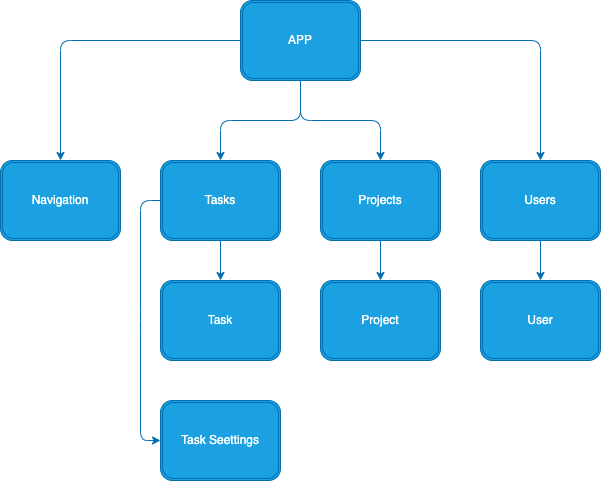
Earlier version of the draw.io export components.png (irakush/personal-time-tracker). Source tidied: cells renumbered, new cells last; positions are measured from the earlier drawing's top-left corner, leaving out a move shared by most shapes.
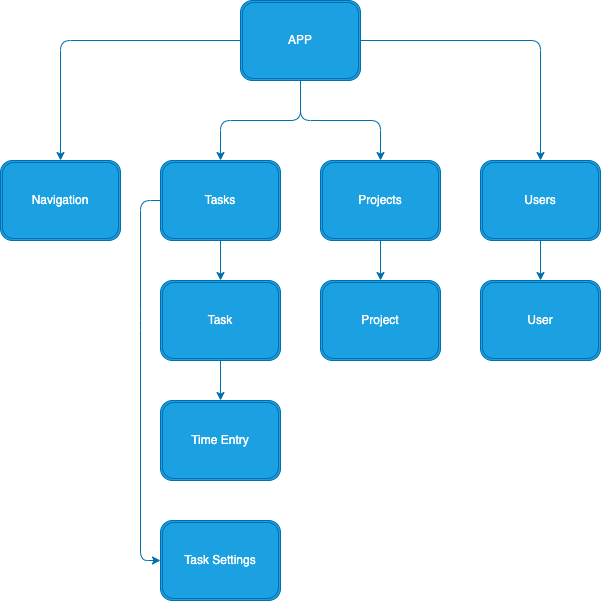
After the change.

Commit message:
chenged components

What changed in the source:
```diff
@@ -46,7 +46,7 @@
         <Array as="points">
           <mxPoint x="140" y="200" />
           <mxPoint x="140" y="320" />
-          <mxPoint x="140" y="440" />
+          <mxPoint x="140" y="560" />
         </Array>
       </mxGeometry>
     </mxCell>
@@ -71,11 +71,17 @@
     <mxCell id="16" value="Project" style="shape=ext;double=1;rounded=1;whiteSpace=wrap;html=1;fillColor=#1ba1e2;fontColor=#ffffff;strokeColor=#006EAF;" parent="1" vertex="1">
       <mxGeometry x="320" y="280" width="120" height="80" as="geometry" />
     </mxCell>
+    <mxCell id="19" style="edgeStyle=none;html=1;exitX=0.5;exitY=1;exitDx=0;exitDy=0;entryX=0.5;entryY=0;entryDx=0;entryDy=0;fillColor=#1ba1e2;strokeColor=#006EAF;" parent="1" edge="1" source="17" target="20">
+      <mxGeometry relative="1" as="geometry" />
+    </mxCell>
     <mxCell id="17" value="Task" style="shape=ext;double=1;rounded=1;whiteSpace=wrap;html=1;fillColor=#1ba1e2;fontColor=#ffffff;strokeColor=#006EAF;" parent="1" vertex="1">
       <mxGeometry x="160" y="280" width="120" height="80" as="geometry" />
     </mxCell>
-    <mxCell id="18" value="Task Seettings" style="shape=ext;double=1;rounded=1;whiteSpace=wrap;html=1;fillColor=#1ba1e2;fontColor=#ffffff;strokeColor=#006EAF;" parent="1" vertex="1">
-      <mxGeometry x="160" y="400" width="120" height="80" as="geometry" />
+    <mxCell id="18" value="Task Settings" style="shape=ext;double=1;rounded=1;whiteSpace=wrap;html=1;fillColor=#1ba1e2;fontColor=#ffffff;strokeColor=#006EAF;" parent="1" vertex="1">
+      <mxGeometry x="160" y="520" width="120" height="80" as="geometry" />
     </mxCell>
+    <mxCell id="20" value="Time Entry" style="shape=ext;double=1;rounded=1;whiteSpace=wrap;html=1;fillColor=#1ba1e2;fontColor=#ffffff;strokeColor=#006EAF;" parent="1" vertex="1">
+      <mxGeometry x="160" y="400" width="120" height="80" as="geometry" />
+    </mxCell>
   </root>
 </mxGraphModel>
```
